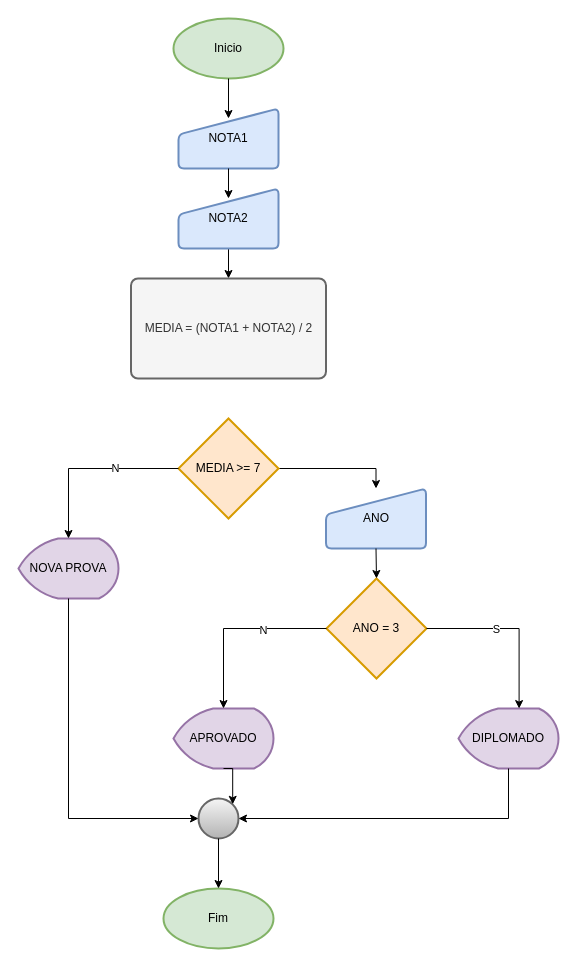
Earlier version of the draw.io diagram estrutura-encadeada.drawio (thisouza01/bootcamp-cobol). Source tidied: cells renumbered, new cells numbered last; positions are measured from the earlier drawing's top-left corner, leaving out a move shared by most shapes. Both pictures are drawn from the tidied source at 100%, with x=0, y=0 at pixel (18, 18).
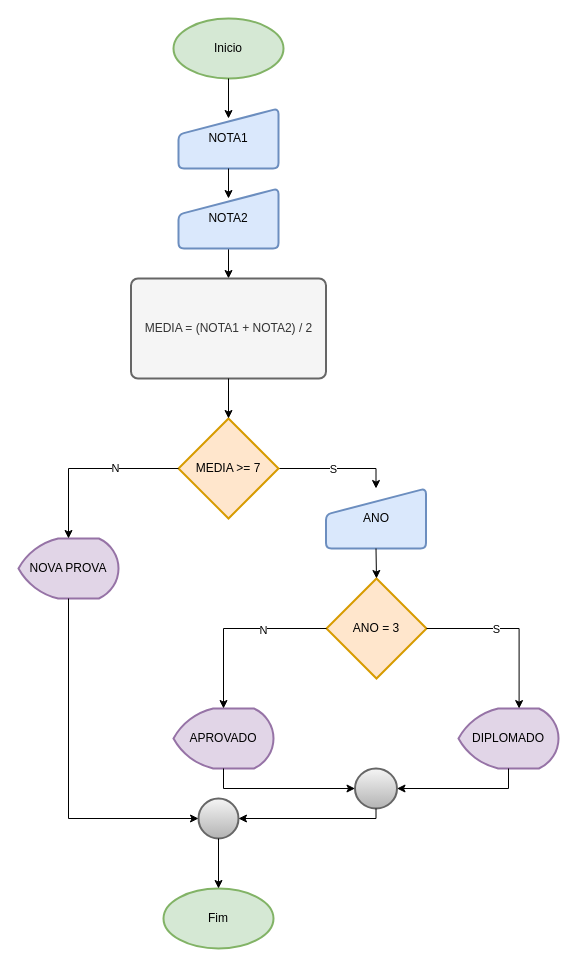
After the change.

The change refers to these unchanged cells:
```xml
<mxCell id="7" value="MEDIA = (NOTA1 + NOTA2) / 2" style="rounded=1;whiteSpace=wrap;html=1;absoluteArcSize=1;arcSize=14;strokeWidth=2;fillColor=#f5f5f5;fontColor=#333333;strokeColor=#666666;" parent="1" vertex="1">
  <mxGeometry x="112.5" y="260" width="195" height="100" as="geometry" />
</mxCell>
<mxCell id="10" style="edgeStyle=orthogonalEdgeStyle;rounded=0;jettySize=auto;html=1;exitX=1;exitY=0.5;exitDx=0;exitDy=0;exitPerimeter=0;entryX=0.5;entryY=0;entryDx=0;entryDy=0;" parent="1" edge="1" source="11" target="27">
  <mxGeometry relative="1" as="geometry" />
</mxCell>
<mxCell id="11" value="MEDIA &amp;gt;= 7" style="strokeWidth=2;html=1;shape=mxgraph.flowchart.decision;whiteSpace=wrap;fillColor=#ffe6cc;strokeColor=#d79b00;" parent="1" vertex="1">
  <mxGeometry x="160" y="400" width="100" height="100" as="geometry" />
</mxCell>
<mxCell id="16" value="DIPLOMADO" style="strokeWidth=2;html=1;shape=mxgraph.flowchart.display;whiteSpace=wrap;fillColor=#e1d5e7;strokeColor=#9673a6;" parent="1" vertex="1">
  <mxGeometry x="440" y="690" width="100" height="60" as="geometry" />
</mxCell>
<mxCell id="17" value="APROVADO" style="strokeWidth=2;html=1;shape=mxgraph.flowchart.display;whiteSpace=wrap;fillColor=#e1d5e7;strokeColor=#9673a6;" parent="1" vertex="1">
  <mxGeometry x="155" y="690" width="100" height="60" as="geometry" />
</mxCell>
<mxCell id="22" style="strokeWidth=2;html=1;shape=mxgraph.flowchart.start_2;whiteSpace=wrap;fillColor=#f5f5f5;gradientColor=#b3b3b3;strokeColor=#666666;" parent="1" vertex="1">
  <mxGeometry x="180" y="780" width="40" height="40" as="geometry" />
</mxCell>
```

The edit, as a diff of the source:
```diff
@@
+    <mxCell id="29" value="S" style="edgeLabel;html=1;align=center;verticalAlign=middle;" parent="10" vertex="1">
+      <mxGeometry x="-0.08" relative="1" as="geometry" />
+    </mxCell>
@@
-    <mxCell id="24" style="edgeStyle=orthogonalEdgeStyle;rounded=0;jettySize=auto;html=1;exitX=0.5;exitY=1;exitDx=0;exitDy=0;exitPerimeter=0;entryX=1;entryY=0.5;entryDx=0;entryDy=0;entryPerimeter=0;" parent="1" edge="1" source="16" target="22">
-      <mxGeometry relative="1" as="geometry" />
-    </mxCell>
-    <mxCell id="25" style="edgeStyle=orthogonalEdgeStyle;rounded=0;jettySize=auto;html=1;exitX=0.5;exitY=1;exitDx=0;exitDy=0;exitPerimeter=0;entryX=0.855;entryY=0.145;entryDx=0;entryDy=0;entryPerimeter=0;" parent="1" edge="1" source="17" target="22">
-      <mxGeometry relative="1" as="geometry" />
-    </mxCell>
@@
+    <mxCell id="30" style="strokeWidth=2;html=1;shape=mxgraph.flowchart.start_2;whiteSpace=wrap;fillColor=#f5f5f5;gradientColor=#b3b3b3;strokeColor=#666666;" parent="1" vertex="1">
+      <mxGeometry x="336.5" y="750" width="42" height="40" as="geometry" />
+    </mxCell>
+    <mxCell id="31" style="edgeStyle=orthogonalEdgeStyle;rounded=0;jettySize=auto;html=1;exitX=0.5;exitY=1;exitDx=0;exitDy=0;exitPerimeter=0;entryX=0;entryY=0.5;entryDx=0;entryDy=0;entryPerimeter=0;" parent="1" edge="1" source="17" target="30">
+      <mxGeometry relative="1" as="geometry" />
+    </mxCell>
+    <mxCell id="32" style="edgeStyle=orthogonalEdgeStyle;rounded=0;jettySize=auto;html=1;exitX=0.5;exitY=1;exitDx=0;exitDy=0;exitPerimeter=0;entryX=1;entryY=0.5;entryDx=0;entryDy=0;entryPerimeter=0;" parent="1" edge="1" source="16" target="30">
+      <mxGeometry relative="1" as="geometry" />
+    </mxCell>
+    <mxCell id="33" style="edgeStyle=orthogonalEdgeStyle;rounded=0;jettySize=auto;html=1;exitX=0.5;exitY=1;exitDx=0;exitDy=0;exitPerimeter=0;entryX=1;entryY=0.5;entryDx=0;entryDy=0;entryPerimeter=0;" parent="1" edge="1" source="30" target="22">
+      <mxGeometry relative="1" as="geometry">
+        <Array as="points">
+          <mxPoint x="358" y="800" />
+        </Array>
+      </mxGeometry>
+    </mxCell>
+    <mxCell id="34" style="edgeStyle=orthogonalEdgeStyle;rounded=0;jettySize=auto;html=1;exitX=0.5;exitY=1;exitDx=0;exitDy=0;entryX=0.5;entryY=0;entryDx=0;entryDy=0;entryPerimeter=0;" parent="1" edge="1" source="7" target="11">
+      <mxGeometry relative="1" as="geometry" />
+    </mxCell>
```
